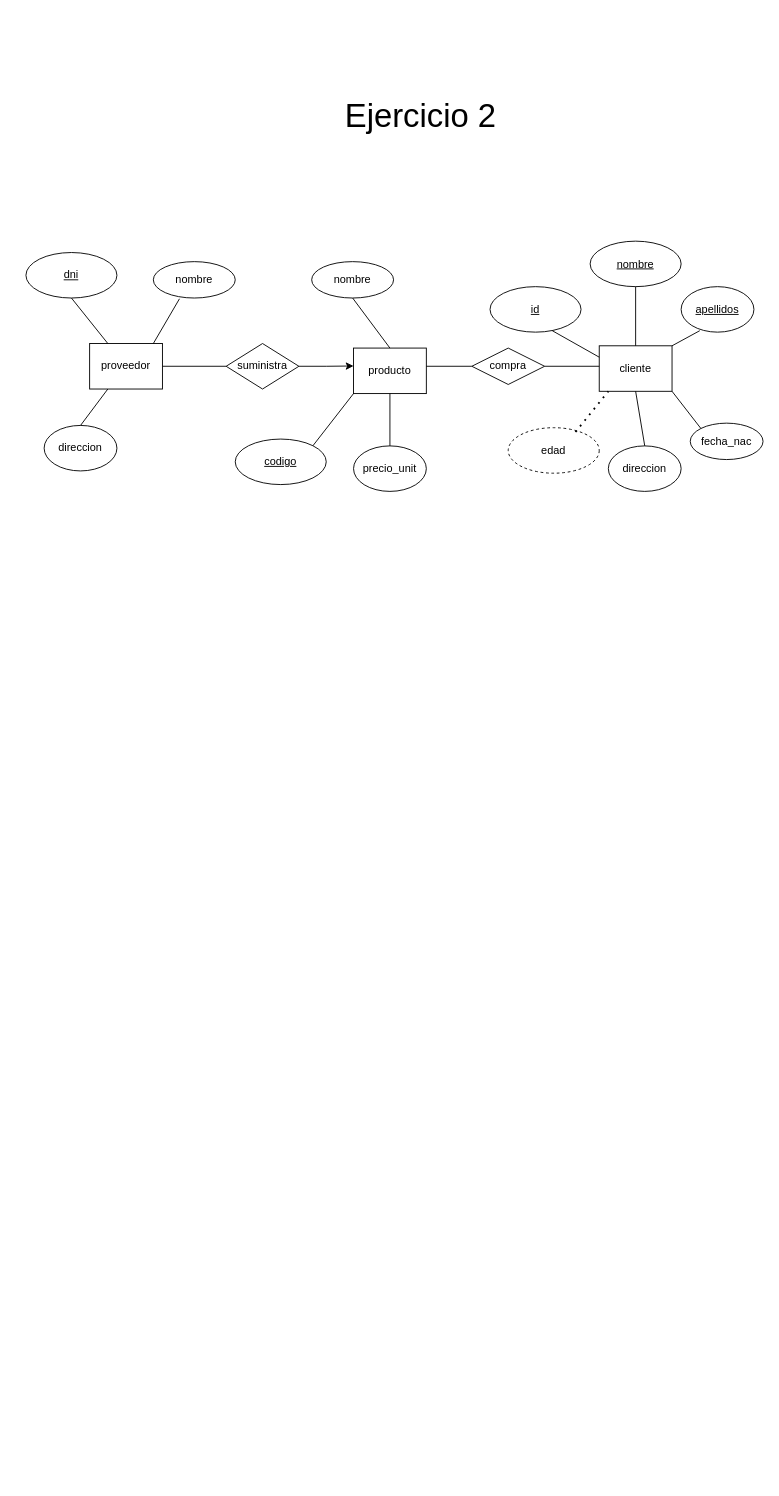
Earlier version of the draw.io diagram Ejercicio2.drawio (ErnestDG/Ciencia-de-datos-). Source tidied: cells renumbered, new cells numbered last; positions are measured from the earlier drawing's top-left corner, leaving out a move shared by most shapes. Both pictures are drawn from the tidied source at 91%, with x=0, y=0 at pixel (25, 88).
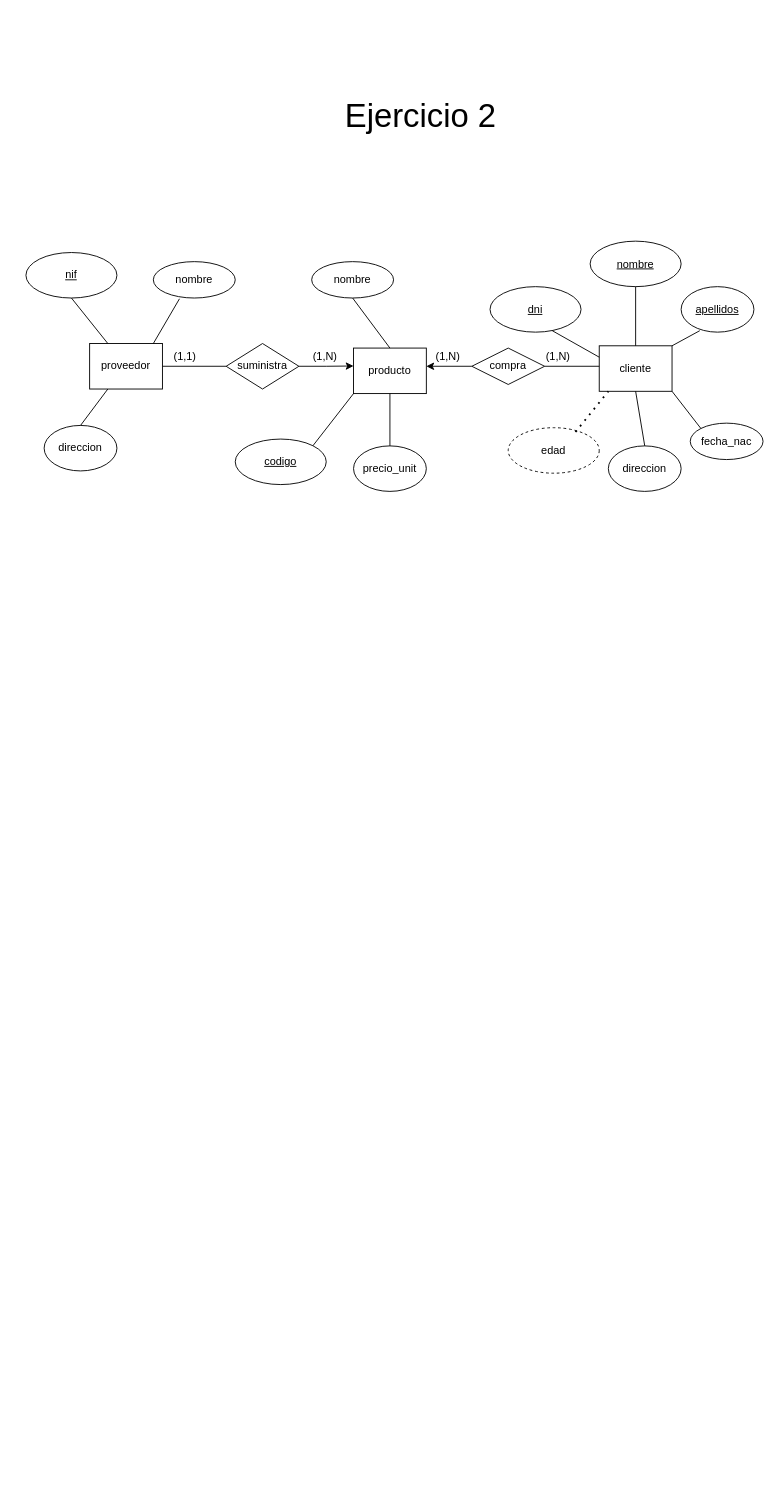
The same diagram, later.

Diff of the diagram source:
```diff
@@
-    <mxCell id="5" value="&lt;u&gt;dni&lt;/u&gt;" style="ellipse;whiteSpace=wrap;html=1;" parent="1" vertex="1">
+    <mxCell id="5" value="&lt;u&gt;nif&lt;/u&gt;" style="ellipse;whiteSpace=wrap;html=1;" parent="1" vertex="1">
       <mxGeometry y="180" width="100" height="50" as="geometry" />
     </mxCell>
@@
-    <mxCell id="22" value="&lt;u&gt;id&lt;/u&gt;" style="ellipse;whiteSpace=wrap;html=1;" parent="1" vertex="1">
+    <mxCell id="22" value="&lt;u&gt;dni&lt;/u&gt;" style="ellipse;whiteSpace=wrap;html=1;" parent="1" vertex="1">
       <mxGeometry x="510" y="217.5" width="100" height="50" as="geometry" />
     </mxCell>
@@
-    <mxCell id="33" style="endArrow=none;html=1;rounded=0;exitX=1;exitY=0.5;exitDx=0;exitDy=0;" parent="1" edge="1">
+    <mxCell id="33" style="endArrow=none;html=1;rounded=0;exitX=1;exitY=0.5;exitDx=0;exitDy=0;startArrow=classic;startFill=1;" parent="1" edge="1">
       <mxGeometry relative="1" as="geometry">
         <mxPoint x="440" y="305" as="sourcePoint" />
         <mxPoint x="490" y="305" as="targetPoint" />
       </mxGeometry>
     </mxCell>
@@
+    <mxCell id="36" value="(1,1)" style="text;html=1;whiteSpace=wrap;strokeColor=none;fillColor=none;align=center;verticalAlign=middle;rounded=0;" parent="1" vertex="1">
+      <mxGeometry x="150" y="280" width="50" height="30" as="geometry" />
+    </mxCell>
+    <mxCell id="37" value="(1,N)" style="text;html=1;whiteSpace=wrap;strokeColor=none;fillColor=none;align=center;verticalAlign=middle;rounded=0;" parent="1" vertex="1">
+      <mxGeometry x="304" y="280" width="50" height="30" as="geometry" />
+    </mxCell>
+    <mxCell id="38" value="(1,N)" style="text;html=1;whiteSpace=wrap;strokeColor=none;fillColor=none;align=center;verticalAlign=middle;rounded=0;" parent="1" vertex="1">
+      <mxGeometry x="560" y="280" width="50" height="30" as="geometry" />
+    </mxCell>
+    <mxCell id="39" value="(1,N)" style="text;html=1;whiteSpace=wrap;strokeColor=none;fillColor=none;align=center;verticalAlign=middle;rounded=0;" parent="1" vertex="1">
+      <mxGeometry x="439" y="280" width="50" height="30" as="geometry" />
+    </mxCell>
+    <mxCell id="40" value="&#10;      &#10;    &#10;    &#10;    &#10;    &#10;      &#10;    &#10;&#10;    &#10;    &#10;    &#10;      &#10;    &#10;&#10;    &#10;    &#10;    &#10;      &#10;    &#10;&#10;    &#10;    &#10;      &#10;    &#10;&#10;    &#10;    &#10;      &#10;    &#10;&#10;    &#10;    &#10;      &#10;    &#10;&#10;    &#10;    &#10;      &#10;    &#10;&#10;    &#10;    &#10;    &#10;      &#10;    &#10;&#10;    &#10;    &#10;      &#10;    &#10;&#10;    &#10;    &#10;    &#10;      &#10;    &#10;&#10;    &#10;    &#10;    &#10;      &#10;    &#10;&#10;    &#10;    &#10;      &#10;    &#10;&#10;    &#10;    &#10;      &#10;    &#10;&#10;    &#10;    &#10;      &#10;    &#10;&#10;    &#10;    &#10;      &#10;    &#10;&#10;    &#10;    &#10;      &#10;    &#10;&#10;    &#10;    &#10;      &#10;    &#10;&#10;    &#10;    &#10;      &#10;    &#10;&#10;    &#10;    &#10;      &#10;    &#10;&#10;    &#10;    &#10;      &#10;    &#10;&#10;  &#10;" style="text;whiteSpace=wrap;html=1;" parent="1" vertex="1">
+      <mxGeometry x="-11" y="-80" width="30" height="1610" as="geometry" />
+    </mxCell>
```
